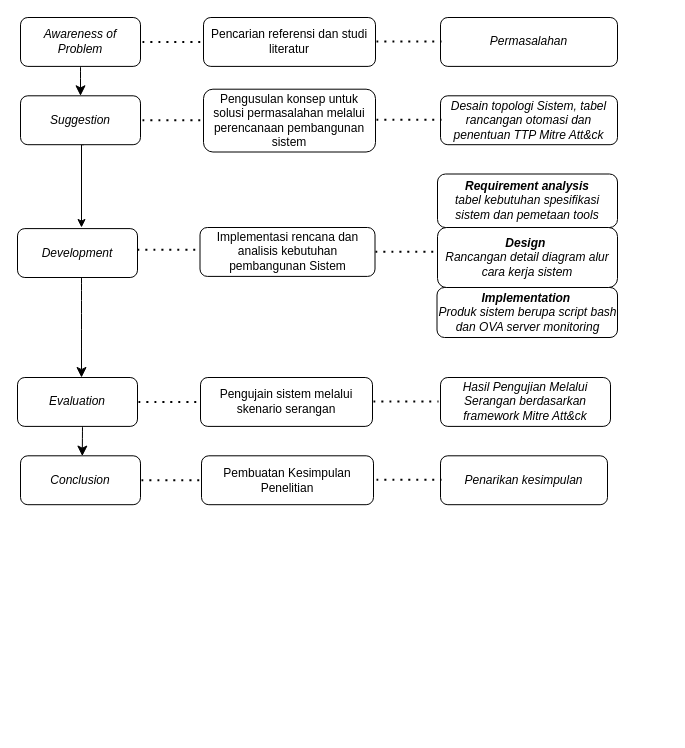
DzidanIsh/Tugas-Akhir keeps this draw.io diagram as page "Halaman-2" (2 of 3) of Diagram Tanpa Judul.drawio. Above is the earlier version. Source tidied: cells renumbered, new cells numbered last; positions are measured from the earlier drawing's top-left corner, leaving out a move shared by most shapes. Both pictures are drawn from the tidied source at 100%, with x=0, y=0 at pixel (17, 17).
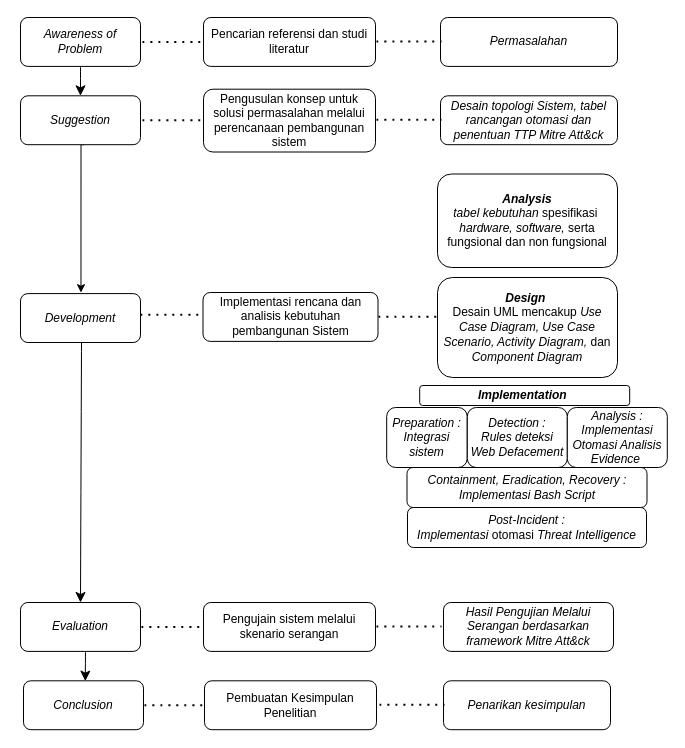
Above is the later version.

What changed in the source:
```diff
@@
-    <mxCell id="4" style="edgeStyle=orthogonalEdgeStyle;rounded=0;orthogonalLoop=1;jettySize=auto;html=1;exitX=0.5;exitY=1;exitDx=0;exitDy=0;" parent="1" edge="1">
+    <mxCell id="4" style="edgeStyle=orthogonalEdgeStyle;rounded=0;jettySize=auto;html=1;exitX=0.5;exitY=1;exitDx=0;exitDy=0;entryX=0.504;entryY=-0.019;entryDx=0;entryDy=0;entryPerimeter=0;" parent="1" edge="1" target="7">
       <mxGeometry relative="1" as="geometry">
         <mxPoint x="66.5" y="127.2" as="sourcePoint" />
-        <mxPoint x="64" y="210" as="targetPoint" />
         <Array as="points">
-          <mxPoint x="63.5" y="127" />
+          <mxPoint x="64" y="127" />
         </Array>
       </mxGeometry>
     </mxCell>
@@
-    <mxCell id="6" style="edgeStyle=none;curved=1;rounded=1;orthogonalLoop=1;jettySize=auto;html=1;entryX=0.5;entryY=0;entryDx=0;entryDy=0;fontSize=12;startSize=8;endSize=8;" parent="1" edge="1">
-      <mxGeometry relative="1" as="geometry">
-        <mxPoint x="64" y="260" as="sourcePoint" />
-        <mxPoint x="64" y="360" as="targetPoint" />
-      </mxGeometry>
+    <mxCell id="6" style="edgeStyle=none;curved=1;rounded=1;jettySize=auto;html=1;fontSize=12;startSize=8;endSize=8;exitX=0.51;exitY=0.006;exitDx=0;exitDy=0;exitPerimeter=0;entryX=0.5;entryY=0;entryDx=0;entryDy=0;" parent="1" edge="1" source="7" target="8">
+      <mxGeometry relative="1" as="geometry" />
     </mxCell>
     <mxCell id="7" value="&lt;i&gt;Development&lt;/i&gt;" style="rounded=1;whiteSpace=wrap;html=1;" parent="1" vertex="1">
-      <mxGeometry y="211.1" width="120" height="48.9" as="geometry" />
+      <mxGeometry x="3" y="276.1" width="120" height="48.9" as="geometry" />
     </mxCell>
     <mxCell id="8" value="&lt;i&gt;Evaluation&lt;/i&gt;" style="rounded=1;whiteSpace=wrap;html=1;" parent="1" vertex="1">
-      <mxGeometry y="360" width="120" height="48.9" as="geometry" />
+      <mxGeometry x="3" y="585" width="120" height="48.9" as="geometry" />
     </mxCell>
     <mxCell id="9" value="&lt;i&gt;Conclusion&lt;/i&gt;" style="rounded=1;whiteSpace=wrap;html=1;" parent="1" vertex="1">
-      <mxGeometry x="3" y="438.3" width="120" height="48.9" as="geometry" />
+      <mxGeometry x="6" y="663.3" width="120" height="48.9" as="geometry" />
     </mxCell>
     <mxCell id="10" style="edgeStyle=none;curved=1;rounded=1;orthogonalLoop=1;jettySize=auto;html=1;exitX=0.5;exitY=1;exitDx=0;exitDy=0;entryX=0.473;entryY=0.006;entryDx=0;entryDy=0;entryPerimeter=0;fontSize=12;startSize=8;endSize=8;" parent="1" edge="1">
       <mxGeometry relative="1" as="geometry">
-        <mxPoint x="65" y="408.9" as="sourcePoint" />
-        <mxPoint x="64.8" y="438.6" as="targetPoint" />
+        <mxPoint x="68" y="633.9" as="sourcePoint" />
+        <mxPoint x="67.8" y="663.6" as="targetPoint" />
       </mxGeometry>
     </mxCell>
@@
     <mxCell id="15" style="endArrow=none;dashed=1;html=1;dashPattern=1 3;strokeWidth=2;rounded=1;fontSize=12;startSize=8;endSize=8;curved=1;entryX=0;entryY=0.5;entryDx=0;entryDy=0;" parent="1" edge="1">
       <mxGeometry relative="1" as="geometry">
-        <mxPoint x="120" y="232.2" as="sourcePoint" />
-        <mxPoint x="185" y="232.2" as="targetPoint" />
+        <mxPoint x="123" y="297.2" as="sourcePoint" />
+        <mxPoint x="188" y="297.2" as="targetPoint" />
       </mxGeometry>
     </mxCell>
     <mxCell id="16" value="Implementasi rencana dan analisis kebutuhan pembangunan Sistem" style="rounded=1;whiteSpace=wrap;html=1;" parent="1" vertex="1">
-      <mxGeometry x="182.5" y="210" width="175" height="48.9" as="geometry" />
+      <mxGeometry x="185.5" y="275" width="175" height="48.9" as="geometry" />
     </mxCell>
     <mxCell id="17" style="endArrow=none;dashed=1;html=1;dashPattern=1 3;strokeWidth=2;rounded=1;fontSize=12;startSize=8;endSize=8;curved=1;entryX=0;entryY=0.5;entryDx=0;entryDy=0;" parent="1" edge="1">
       <mxGeometry relative="1" as="geometry">
-        <mxPoint x="121" y="384.5" as="sourcePoint" />
-        <mxPoint x="186" y="384.5" as="targetPoint" />
+        <mxPoint x="124" y="609.5" as="sourcePoint" />
+        <mxPoint x="189" y="609.5" as="targetPoint" />
       </mxGeometry>
     </mxCell>
     <mxCell id="18" value="Pengujain sistem melalui skenario serangan" style="rounded=1;whiteSpace=wrap;html=1;" parent="1" vertex="1">
-      <mxGeometry x="183" y="360" width="172" height="48.9" as="geometry" />
+      <mxGeometry x="186" y="585" width="172" height="48.9" as="geometry" />
     </mxCell>
     <mxCell id="19" style="endArrow=none;dashed=1;html=1;dashPattern=1 3;strokeWidth=2;rounded=1;fontSize=12;startSize=8;endSize=8;curved=1;entryX=0;entryY=0.5;entryDx=0;entryDy=0;" parent="1" edge="1">
       <mxGeometry relative="1" as="geometry">
-        <mxPoint x="124" y="462.7" as="sourcePoint" />
-        <mxPoint x="189" y="462.7" as="targetPoint" />
+        <mxPoint x="127" y="687.7" as="sourcePoint" />
+        <mxPoint x="192" y="687.7" as="targetPoint" />
       </mxGeometry>
     </mxCell>
     <mxCell id="20" value="Pembuatan Kesimpulan Penelitian" style="rounded=1;whiteSpace=wrap;html=1;" parent="1" vertex="1">
-      <mxGeometry x="184" y="438.3" width="172" height="48.9" as="geometry" />
+      <mxGeometry x="187" y="663.3" width="172" height="48.9" as="geometry" />
     </mxCell>
@@
-    <mxCell id="23" value="&lt;div&gt;&lt;i&gt;&lt;b&gt;Requirement analysis&lt;/b&gt;&lt;/i&gt;&lt;/div&gt;&lt;div&gt;&lt;i style=&quot;background-color: transparent; color: light-dark(rgb(0, 0, 0), rgb(255, 255, 255));&quot;&gt;tabel kebutuhan spesifikasi sistem dan pemetaan tools&lt;/i&gt;&lt;/div&gt;" style="rounded=1;whiteSpace=wrap;html=1;" parent="1" vertex="1">
-      <mxGeometry x="420" y="156.5" width="180" height="53.5" as="geometry" />
+    <mxCell id="23" value="&lt;div&gt;&lt;i&gt;&lt;b&gt;Analysis&lt;/b&gt;&lt;/i&gt;&lt;/div&gt;&lt;div&gt;&lt;i style=&quot;background-color: transparent; color: light-dark(rgb(0, 0, 0), rgb(255, 255, 255));&quot;&gt;tabel kebutuhan &lt;/i&gt;&lt;span style=&quot;background-color: transparent; color: light-dark(rgb(0, 0, 0), rgb(255, 255, 255));&quot;&gt;spesifikasi&amp;nbsp;&lt;/span&gt;&lt;/div&gt;&lt;div&gt;&lt;font style=&quot;font-size: 12px;&quot;&gt;&lt;i style=&quot;background-color: transparent; color: light-dark(rgb(0, 0, 0), rgb(255, 255, 255));&quot;&gt;hardware,&lt;/i&gt;&lt;span style=&quot;background-color: transparent; color: light-dark(rgb(0, 0, 0), rgb(255, 255, 255));&quot;&gt;&amp;nbsp;&lt;/span&gt;&lt;i style=&quot;background-color: transparent; color: light-dark(rgb(0, 0, 0), rgb(255, 255, 255));&quot;&gt;software, &lt;/i&gt;&lt;span style=&quot;background-color: transparent; color: light-dark(rgb(0, 0, 0), rgb(255, 255, 255));&quot;&gt;serta&lt;/span&gt;&lt;i style=&quot;background-color: transparent; color: light-dark(rgb(0, 0, 0), rgb(255, 255, 255));&quot;&gt; &lt;/i&gt;&lt;span style=&quot;background-color: transparent; color: light-dark(rgb(0, 0, 0), rgb(255, 255, 255));&quot;&gt;fungsional dan non fungsional&lt;/span&gt;&lt;/font&gt;&lt;i style=&quot;background-color: transparent; color: light-dark(rgb(0, 0, 0), rgb(255, 255, 255));&quot;&gt;&lt;br&gt;&lt;/i&gt;&lt;/div&gt;" style="rounded=1;whiteSpace=wrap;html=1;" parent="1" vertex="1">
+      <mxGeometry x="420" y="156.5" width="180" height="93.5" as="geometry" />
     </mxCell>
     <mxCell id="24" value="&lt;div&gt;&lt;i&gt;Hasil Pengujian Melalui Serangan berdasarkan framework Mitre Att&amp;amp;ck&lt;/i&gt;&lt;/div&gt;" style="rounded=1;whiteSpace=wrap;html=1;" parent="1" vertex="1">
-      <mxGeometry x="423" y="360" width="170" height="48.9" as="geometry" />
+      <mxGeometry x="426" y="585" width="170" height="48.9" as="geometry" />
     </mxCell>
     <mxCell id="25" value="&lt;i&gt;Penarikan kesimpulan&lt;/i&gt;" style="rounded=1;whiteSpace=wrap;html=1;" parent="1" vertex="1">
-      <mxGeometry x="423" y="438.3" width="167" height="48.9" as="geometry" />
+      <mxGeometry x="426" y="663.3" width="167" height="48.9" as="geometry" />
     </mxCell>
@@
     <mxCell id="28" style="endArrow=none;dashed=1;html=1;dashPattern=1 3;strokeWidth=2;rounded=1;fontSize=12;startSize=8;endSize=8;curved=1;entryX=0;entryY=0.5;entryDx=0;entryDy=0;" parent="1" edge="1">
       <mxGeometry relative="1" as="geometry">
-        <mxPoint x="358" y="234.2" as="sourcePoint" />
-        <mxPoint x="423" y="234.2" as="targetPoint" />
+        <mxPoint x="361" y="299.2" as="sourcePoint" />
+        <mxPoint x="426" y="299.2" as="targetPoint" />
       </mxGeometry>
     </mxCell>
     <mxCell id="29" style="endArrow=none;dashed=1;html=1;dashPattern=1 3;strokeWidth=2;rounded=1;fontSize=12;startSize=8;endSize=8;curved=1;entryX=0;entryY=0.5;entryDx=0;entryDy=0;" parent="1" edge="1">
       <mxGeometry relative="1" as="geometry">
-        <mxPoint x="356" y="384" as="sourcePoint" />
-        <mxPoint x="421" y="384" as="targetPoint" />
+        <mxPoint x="359" y="609" as="sourcePoint" />
+        <mxPoint x="424" y="609" as="targetPoint" />
       </mxGeometry>
     </mxCell>
     <mxCell id="30" style="endArrow=none;dashed=1;html=1;dashPattern=1 3;strokeWidth=2;rounded=1;fontSize=12;startSize=8;endSize=8;curved=1;entryX=0;entryY=0.5;entryDx=0;entryDy=0;" parent="1" edge="1">
       <mxGeometry relative="1" as="geometry">
-        <mxPoint x="359" y="462.2" as="sourcePoint" />
-        <mxPoint x="424" y="462.2" as="targetPoint" />
+        <mxPoint x="362" y="687.2" as="sourcePoint" />
+        <mxPoint x="427" y="687.2" as="targetPoint" />
       </mxGeometry>
     </mxCell>
-    <mxCell id="31" value="&lt;div&gt;&lt;i style=&quot;background-color: transparent; color: light-dark(rgb(0, 0, 0), rgb(255, 255, 255));&quot;&gt;&lt;b&gt;Implementation&amp;nbsp;&lt;/b&gt;&lt;/i&gt;&lt;/div&gt;&lt;div&gt;&lt;i style=&quot;background-color: transparent; color: light-dark(rgb(0, 0, 0), rgb(255, 255, 255));&quot;&gt;Produk sistem berupa script bash dan OVA server monitoring&lt;/i&gt;&lt;/div&gt;" style="rounded=1;whiteSpace=wrap;html=1;" parent="1" vertex="1">
-      <mxGeometry x="419.5" y="270" width="180.5" height="50" as="geometry" />
+    <mxCell id="31" value="&lt;div&gt;&lt;i style=&quot;background-color: transparent; color: light-dark(rgb(0, 0, 0), rgb(255, 255, 255));&quot;&gt;&lt;b&gt;Implementation&amp;nbsp;&lt;/b&gt;&lt;/i&gt;&lt;/div&gt;" style="rounded=1;whiteSpace=wrap;html=1;" parent="1" vertex="1">
+      <mxGeometry x="402.2" y="368" width="210" height="20" as="geometry" />
     </mxCell>
-    <mxCell id="32" value="&lt;div&gt;&lt;i style=&quot;background-color: transparent; color: light-dark(rgb(0, 0, 0), rgb(255, 255, 255));&quot;&gt;&lt;b&gt;Design&amp;nbsp;&lt;/b&gt;&lt;/i&gt;&lt;/div&gt;&lt;div&gt;&lt;i style=&quot;background-color: transparent; color: light-dark(rgb(0, 0, 0), rgb(255, 255, 255));&quot;&gt;Rancangan detail diagram alur cara kerja sistem&lt;/i&gt;&lt;/div&gt;" style="rounded=1;whiteSpace=wrap;html=1;" parent="1" vertex="1">
-      <mxGeometry x="420" y="210" width="180" height="60" as="geometry" />
+    <mxCell id="32" value="&lt;font style=&quot;font-size: 12px;&quot;&gt;&lt;i style=&quot;background-color: transparent; color: light-dark(rgb(0, 0, 0), rgb(255, 255, 255));&quot;&gt;&lt;b&gt;Design&amp;nbsp;&lt;/b&gt;&lt;/i&gt;&lt;/font&gt;&lt;div&gt;&lt;font style=&quot;font-size: 12px;&quot;&gt;&lt;span style=&quot;line-height: 115%;&quot;&gt;Desain UML mencakup &lt;i style=&quot;&quot;&gt;Use Case Diagram, Use Case Scenario, Activity Diagram,&lt;/i&gt; dan &lt;i style=&quot;&quot;&gt;Component Diagram&lt;/i&gt;&lt;/span&gt;&lt;/font&gt;&lt;i style=&quot;background-color: transparent; color: light-dark(rgb(0, 0, 0), rgb(255, 255, 255));&quot;&gt;&lt;b&gt;&lt;br&gt;&lt;/b&gt;&lt;/i&gt;&lt;/div&gt;" style="rounded=1;whiteSpace=wrap;html=1;" parent="1" vertex="1">
+      <mxGeometry x="420" y="260" width="180" height="100" as="geometry" />
     </mxCell>
+    <mxCell id="33" value="&lt;div&gt;&lt;i style=&quot;background-color: transparent; color: light-dark(rgb(0, 0, 0), rgb(255, 255, 255));&quot;&gt;Preparation :&lt;/i&gt;&lt;/div&gt;&lt;div&gt;&lt;i style=&quot;background-color: transparent;&quot;&gt;Integrasi sistem&lt;/i&gt;&lt;/div&gt;" style="rounded=1;whiteSpace=wrap;html=1;" parent="1" vertex="1">
+      <mxGeometry x="369.2" y="390" width="80.5" height="60" as="geometry" />
+    </mxCell>
+    <mxCell id="34" value="&lt;div&gt;&lt;span style=&quot;background-color: transparent;&quot;&gt;&lt;i&gt;Detection&amp;nbsp;&lt;/i&gt;&lt;/span&gt;&lt;i style=&quot;background-color: transparent; color: light-dark(rgb(0, 0, 0), rgb(255, 255, 255));&quot;&gt;:&lt;/i&gt;&lt;/div&gt;&lt;div&gt;&lt;i&gt;Rules deteksi Web Defacement&lt;/i&gt;&lt;/div&gt;" style="rounded=1;whiteSpace=wrap;html=1;" parent="1" vertex="1">
+      <mxGeometry x="449.8" y="390" width="100" height="60" as="geometry" />
+    </mxCell>
+    <mxCell id="35" value="&lt;div&gt;&lt;span style=&quot;background-color: transparent;&quot;&gt;&lt;i&gt;Containment, Eradication, Recovery&lt;/i&gt;&lt;/span&gt;&lt;span style=&quot;background-color: transparent;&quot;&gt;&lt;i&gt;&amp;nbsp;&lt;/i&gt;&lt;/span&gt;&lt;i style=&quot;background-color: transparent; color: light-dark(rgb(0, 0, 0), rgb(255, 255, 255));&quot;&gt;:&lt;/i&gt;&lt;/div&gt;&lt;div&gt;&lt;i&gt;Implementasi Bash Script&lt;/i&gt;&lt;/div&gt;" style="rounded=1;whiteSpace=wrap;html=1;" parent="1" vertex="1">
+      <mxGeometry x="389.5" y="450" width="240" height="40" as="geometry" />
+    </mxCell>
+    <mxCell id="36" value="&lt;div&gt;&lt;span style=&quot;background-color: transparent;&quot;&gt;&lt;i&gt;Post-Incident&lt;/i&gt;&lt;/span&gt;&lt;span style=&quot;background-color: transparent;&quot;&gt;&lt;i&gt;&amp;nbsp;&lt;/i&gt;&lt;/span&gt;&lt;i style=&quot;background-color: transparent; color: light-dark(rgb(0, 0, 0), rgb(255, 255, 255));&quot;&gt;:&lt;/i&gt;&lt;/div&gt;&lt;div&gt;&lt;i&gt;Implementasi &lt;/i&gt;otomasi &lt;i&gt;Threat Intelligence&lt;/i&gt;&lt;/div&gt;" style="rounded=1;whiteSpace=wrap;html=1;" parent="1" vertex="1">
+      <mxGeometry x="390" y="490" width="239" height="40" as="geometry" />
+    </mxCell>
+    <mxCell id="37" value="&lt;div&gt;&lt;span style=&quot;background-color: transparent;&quot;&gt;&lt;i&gt;Analysis&amp;nbsp;&lt;/i&gt;&lt;/span&gt;&lt;i style=&quot;background-color: transparent; color: light-dark(rgb(0, 0, 0), rgb(255, 255, 255));&quot;&gt;:&lt;/i&gt;&lt;/div&gt;&lt;div&gt;&lt;i&gt;Implementasi Otomasi Analisis Evidence&amp;nbsp;&lt;/i&gt;&lt;/div&gt;" style="rounded=1;whiteSpace=wrap;html=1;" parent="1" vertex="1">
+      <mxGeometry x="549.8" y="390" width="100" height="60" as="geometry" />
+    </mxCell>
```
